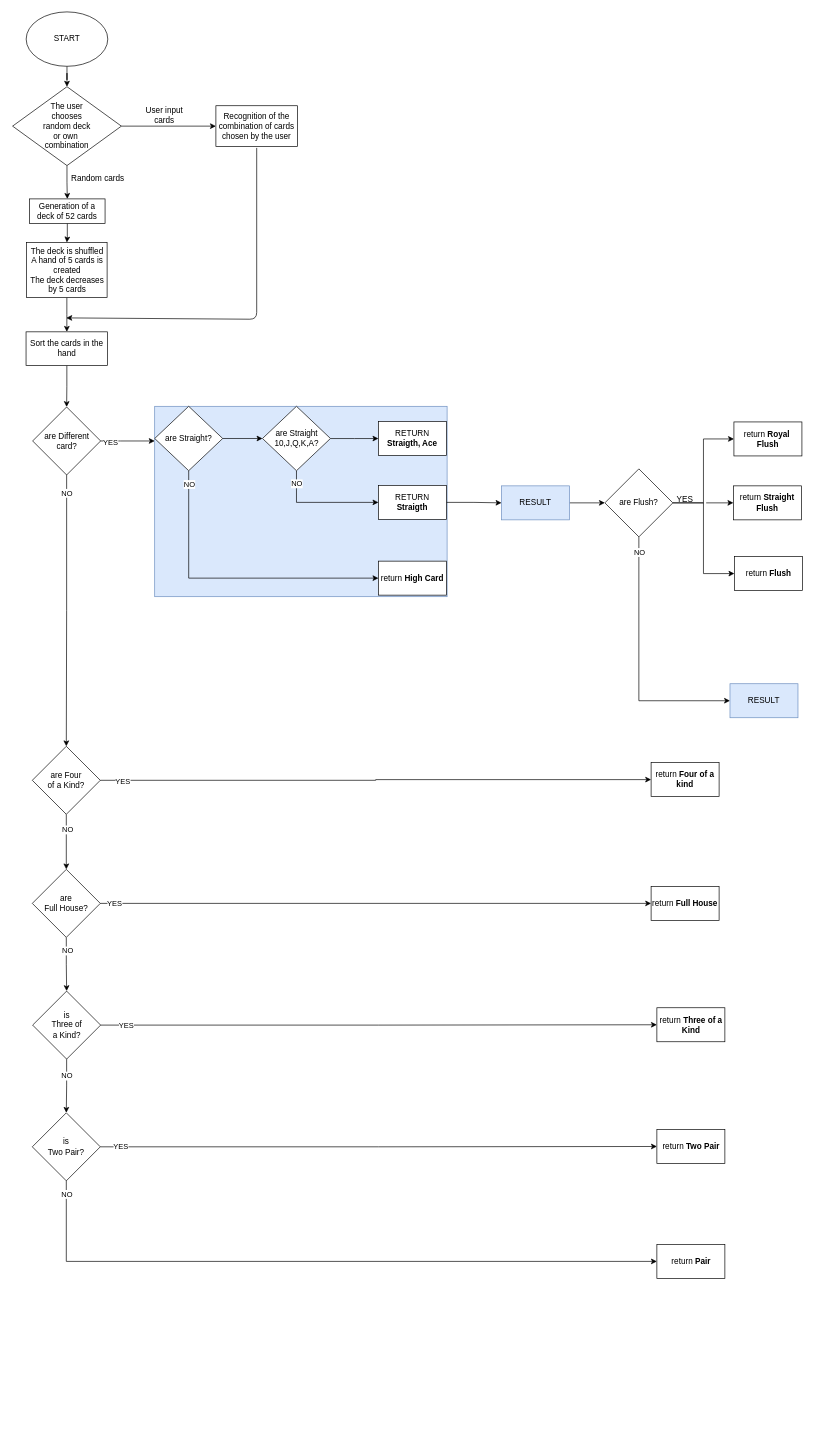
Above: assets/flowchart/Poker_game_flowchart.drawio in DomenicoMassimoCavaglieri/Poker-Game (draw.io), before the change. Source tidied: cells renumbered, new cells numbered last; positions are measured from the earlier drawing's top-left corner, leaving out a move shared by most shapes. Both pictures are drawn from the tidied source at 68%, with x=0, y=0 at pixel (12, 12).
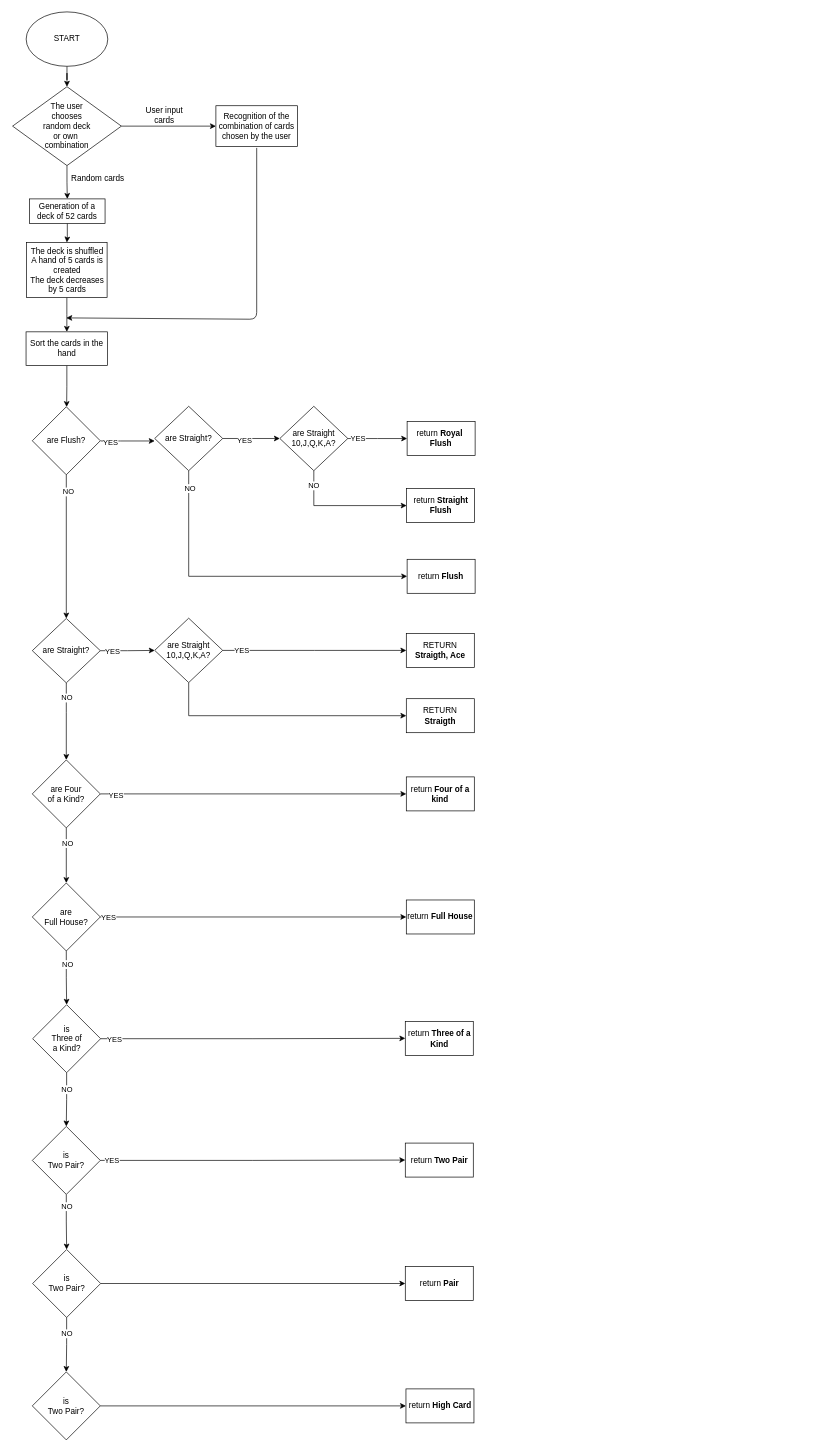
Above is the later version.

The change refers to these unchanged cells:
```xml
<mxCell id="17" value="Sort the cards in the hand&lt;span&gt; &lt;/span&gt;" style="whiteSpace=wrap;html=1;" parent="1" vertex="1">
  <mxGeometry x="19.8" y="470.5" width="120" height="49.5" as="geometry" />
</mxCell>
<mxCell id="24" value="is &lt;br&gt;Two Pair?" style="rhombus;whiteSpace=wrap;html=1;" parent="20" vertex="1">
  <mxGeometry y="539" width="100" height="100" as="geometry" />
</mxCell>
<mxCell id="27" value="are Four &lt;br&gt;of a Kind?" style="rhombus;whiteSpace=wrap;html=1;" parent="20" vertex="1">
  <mxGeometry width="100" height="100" as="geometry" />
</mxCell>
<mxCell id="30" value="are&lt;br&gt;Full House?" style="rhombus;whiteSpace=wrap;html=1;" parent="20" vertex="1">
  <mxGeometry y="181" width="100" height="100" as="geometry" />
</mxCell>
```

The edit, as a diff of the source:
```diff
@@
-    <mxCell id="2" style="group;fillColor=#dae8fc;strokeColor=#6c8ebf;" parent="1" vertex="1">
-      <mxGeometry x="209" y="580" width="430" height="280" as="geometry" />
-    </mxCell>
@@
-    <mxCell id="16" style="edgeStyle=orthogonalEdgeStyle;rounded=0;jettySize=auto;html=1;entryX=0.5;entryY=0;entryDx=0;entryDy=0;" parent="1" edge="1" source="17" target="32">
-      <mxGeometry relative="1" as="geometry" />
+    <mxCell id="16" style="edgeStyle=orthogonalEdgeStyle;rounded=0;jettySize=auto;html=1;entryX=0.5;entryY=0;entryDx=0;entryDy=0;" parent="1" edge="1" source="17">
+      <mxGeometry relative="1" as="geometry">
+        <mxPoint x="79.5" y="581" as="targetPoint" />
+      </mxGeometry>
     </mxCell>
@@
-    <mxCell id="18" style="group;" parent="1" vertex="1">
-      <mxGeometry x="841" y="667" width="137" height="120.6" as="geometry" />
-    </mxCell>
-    <mxCell id="19" value="are Flush?" style="rhombus;whiteSpace=wrap;html=1;" parent="18" vertex="1">
-      <mxGeometry x="30" y="5" width="100" height="100" as="geometry" />
-    </mxCell>
     <mxCell id="20" style="group;" parent="1" vertex="1">
-      <mxGeometry x="29" y="1080" width="601.5" height="782.5" as="geometry" />
+      <mxGeometry x="29" y="1100" width="650" height="782.5" as="geometry" />
     </mxCell>
@@
+    <mxCell id="78" style="edgeStyle=orthogonalEdgeStyle;rounded=0;jettySize=auto;html=1;entryX=0.5;entryY=0;entryDx=0;entryDy=0;" parent="20" edge="1" source="24" target="80">
+      <mxGeometry relative="1" as="geometry" />
+    </mxCell>
+    <mxCell id="79" value="NO" style="edgeLabel;html=1;align=center;verticalAlign=middle;" parent="78" vertex="1">
+      <mxGeometry x="-0.61" relative="1" as="geometry">
+        <mxPoint y="1" as="offset" />
+      </mxGeometry>
+    </mxCell>
@@
-    <mxCell id="31" style="group;" parent="1" vertex="1">
-      <mxGeometry x="29.5" y="580" width="137" height="120.6" as="geometry" />
-    </mxCell>
-    <mxCell id="32" value="are Different&lt;br&gt;card?" style="rhombus;whiteSpace=wrap;html=1;" parent="31" vertex="1">
-      <mxGeometry y="1" width="100" height="100" as="geometry" />
-    </mxCell>
-    <mxCell id="33" style="edgeStyle=orthogonalEdgeStyle;rounded=0;jettySize=auto;html=1;entryX=0;entryY=0.5;entryDx=0;entryDy=0;" parent="1" edge="1" source="34" target="19">
-      <mxGeometry relative="1" as="geometry" />
-    </mxCell>
-    <mxCell id="34" value="RESULT" style="rounded=0;whiteSpace=wrap;html=1;fillColor=#dae8fc;strokeColor=#6c8ebf;" parent="1" vertex="1">
-      <mxGeometry x="719" y="697" width="100" height="50" as="geometry" />
-    </mxCell>
-    <mxCell id="35" style="edgeStyle=orthogonalEdgeStyle;rounded=0;jettySize=auto;html=1;exitX=1;exitY=0.5;exitDx=0;exitDy=0;" parent="1" edge="1" source="69" target="34">
-      <mxGeometry relative="1" as="geometry" />
-    </mxCell>
-    <mxCell id="36" style="group;" parent="1" vertex="1">
-      <mxGeometry x="1055" y="606" width="101.5" height="432" as="geometry" />
-    </mxCell>
-    <mxCell id="37" style="group;" parent="36" vertex="1">
-      <mxGeometry x="5" y="-53" width="101.5" height="311" as="geometry" />
-    </mxCell>
-    <mxCell id="38" value="return&amp;nbsp;&lt;b&gt;Straight Flush&lt;/b&gt;" style="whiteSpace=wrap;html=1;" parent="37" vertex="1">
-      <mxGeometry y="144" width="100" height="50" as="geometry" />
-    </mxCell>
-    <mxCell id="39" value="return &lt;b&gt;Flush&lt;/b&gt;" style="whiteSpace=wrap;html=1;" parent="37" vertex="1">
-      <mxGeometry x="1.5" y="248" width="100" height="50" as="geometry" />
-    </mxCell>
-    <mxCell id="40" value="return&amp;nbsp;&lt;b style=&quot;font-family: &amp;#34;arial&amp;#34; , &amp;#34;helvetica&amp;#34; , sans-serif ; text-align: left&quot;&gt;Royal&amp;nbsp; Flush&lt;/b&gt;" style="whiteSpace=wrap;html=1;" parent="37" vertex="1">
-      <mxGeometry x="0.8" y="50" width="100" height="50" as="geometry" />
-    </mxCell>
-    <mxCell id="41" value="RESULT" style="rounded=0;whiteSpace=wrap;html=1;fillColor=#dae8fc;strokeColor=#6c8ebf;" parent="36" vertex="1">
-      <mxGeometry y="382" width="100" height="50" as="geometry" />
-    </mxCell>
-    <mxCell id="42" style="edgeStyle=orthogonalEdgeStyle;rounded=0;jettySize=auto;html=1;entryX=0;entryY=0.5;entryDx=0;entryDy=0;" parent="1" edge="1" source="19" target="41">
-      <mxGeometry relative="1" as="geometry">
-        <Array as="points">
-          <mxPoint x="921" y="1013" />
-        </Array>
-      </mxGeometry>
-    </mxCell>
-    <mxCell id="43" value="NO" style="edgeLabel;html=1;align=center;verticalAlign=middle;" parent="42" vertex="1">
-      <mxGeometry x="-0.89" relative="1" as="geometry">
-        <mxPoint y="1" as="offset" />
-      </mxGeometry>
-    </mxCell>
-    <mxCell id="44" value="return&amp;nbsp;&lt;b&gt;Four of a kind&lt;/b&gt;" style="whiteSpace=wrap;html=1;" parent="1" vertex="1">
-      <mxGeometry x="939" y="1104" width="100" height="50" as="geometry" />
+    <mxCell id="44" value="return&amp;nbsp;&lt;b&gt;Four of a kind&lt;/b&gt;" style="whiteSpace=wrap;html=1;" parent="20" vertex="1">
+      <mxGeometry x="550" y="25" width="100" height="50" as="geometry" />
     </mxCell>
-    <mxCell id="45" value="return &lt;b&gt;Full House&lt;/b&gt;" style="whiteSpace=wrap;html=1;" parent="1" vertex="1">
-      <mxGeometry x="939" y="1286" width="100" height="50" as="geometry" />
+    <mxCell id="45" value="return &lt;b&gt;Full House&lt;/b&gt;" style="whiteSpace=wrap;html=1;" parent="20" vertex="1">
+      <mxGeometry x="550" y="206" width="100" height="50" as="geometry" />
     </mxCell>
+    <mxCell id="57" style="edgeStyle=orthogonalEdgeStyle;rounded=0;jettySize=auto;html=1;entryX=0;entryY=0.5;entryDx=0;entryDy=0;" parent="20" edge="1" source="27" target="44">
+      <mxGeometry relative="1" as="geometry" />
+    </mxCell>
+    <mxCell id="58" value="YES" style="edgeLabel;html=1;align=center;verticalAlign=middle;" parent="57" vertex="1">
+      <mxGeometry x="-0.92" y="-1" relative="1" as="geometry">
+        <mxPoint x="4" as="offset" />
+      </mxGeometry>
+    </mxCell>
+    <mxCell id="49" style="edgeStyle=orthogonalEdgeStyle;rounded=0;jettySize=auto;html=1;entryX=0;entryY=0.5;entryDx=0;entryDy=0;" parent="20" edge="1" source="30" target="45">
+      <mxGeometry relative="1" as="geometry" />
+    </mxCell>
+    <mxCell id="50" value="YES" style="edgeLabel;html=1;align=center;verticalAlign=middle;" parent="49" vertex="1">
+      <mxGeometry x="-0.95" relative="1" as="geometry" />
+    </mxCell>
+    <mxCell id="80" value="is &lt;br&gt;Two Pair?" style="rhombus;whiteSpace=wrap;html=1;" parent="20" vertex="1">
+      <mxGeometry x="0.5" y="720" width="100" height="100" as="geometry" />
+    </mxCell>
     <mxCell id="46" value="return &lt;b&gt;Three of a Kind&lt;/b&gt;" style="whiteSpace=wrap;html=1;" parent="1" vertex="1">
-      <mxGeometry x="947.5" y="1464.5" width="100" height="50" as="geometry" />
+      <mxGeometry x="577.5" y="1484.5" width="100" height="50" as="geometry" />
     </mxCell>
     <mxCell id="47" value="return &lt;b&gt;Two Pair&lt;/b&gt;" style="whiteSpace=wrap;html=1;" parent="1" vertex="1">
-      <mxGeometry x="947.5" y="1643.5" width="100" height="50" as="geometry" />
+      <mxGeometry x="577.5" y="1663.5" width="100" height="50" as="geometry" />
     </mxCell>
     <mxCell id="48" value="return &lt;b&gt;Pair&lt;/b&gt;" style="whiteSpace=wrap;html=1;" parent="1" vertex="1">
-      <mxGeometry x="947.5" y="1812.5" width="100" height="50" as="geometry" />
+      <mxGeometry x="577.5" y="1845" width="100" height="50" as="geometry" />
     </mxCell>
-    <mxCell id="49" style="edgeStyle=orthogonalEdgeStyle;rounded=0;jettySize=auto;html=1;entryX=0;entryY=0.5;entryDx=0;entryDy=0;" parent="1" edge="1" source="30" target="45">
-      <mxGeometry relative="1" as="geometry" />
-    </mxCell>
-    <mxCell id="50" value="YES" style="edgeLabel;html=1;align=center;verticalAlign=middle;" parent="49" vertex="1">
-      <mxGeometry x="-0.95" relative="1" as="geometry" />
-    </mxCell>
@@
-    <mxCell id="55" style="edgeStyle=orthogonalEdgeStyle;rounded=0;jettySize=auto;html=1;entryX=0;entryY=0.5;entryDx=0;entryDy=0;" parent="1" edge="1" source="24" target="48">
-      <mxGeometry relative="1" as="geometry">
-        <Array as="points">
-          <mxPoint x="79" y="1838" />
-        </Array>
-      </mxGeometry>
-    </mxCell>
-    <mxCell id="56" value="NO" style="edgeLabel;html=1;align=center;verticalAlign=middle;" parent="55" vertex="1">
-      <mxGeometry x="-0.96" relative="1" as="geometry">
-        <mxPoint y="-1" as="offset" />
-      </mxGeometry>
-    </mxCell>
-    <mxCell id="57" style="edgeStyle=orthogonalEdgeStyle;rounded=0;jettySize=auto;html=1;entryX=0;entryY=0.5;entryDx=0;entryDy=0;" parent="1" edge="1" source="27" target="44">
-      <mxGeometry relative="1" as="geometry" />
-    </mxCell>
-    <mxCell id="58" value="YES" style="edgeLabel;html=1;align=center;verticalAlign=middle;" parent="57" vertex="1">
-      <mxGeometry x="-0.92" y="-1" relative="1" as="geometry" />
-    </mxCell>
-    <mxCell id="59" style="edgeStyle=orthogonalEdgeStyle;rounded=0;jettySize=auto;html=1;entryX=0.5;entryY=0;entryDx=0;entryDy=0;" parent="1" edge="1" source="32" target="27">
-      <mxGeometry relative="1" as="geometry" />
-    </mxCell>
-    <mxCell id="60" value="NO" style="edgeLabel;html=1;align=center;verticalAlign=middle;" parent="59" vertex="1">
-      <mxGeometry x="-0.87" relative="1" as="geometry" />
-    </mxCell>
-    <mxCell id="61" style="edgeStyle=orthogonalEdgeStyle;rounded=0;jettySize=auto;html=1;" parent="1" edge="1" source="32">
+    <mxCell id="61" style="edgeStyle=orthogonalEdgeStyle;rounded=0;orthogonalLoop=1;jettySize=auto;html=1;" parent="1" edge="1">
       <mxGeometry relative="1" as="geometry">
+        <mxPoint x="129.5" y="631" as="sourcePoint" />
         <mxPoint x="209" y="631" as="targetPoint" />
         <Array as="points">
           <mxPoint x="159" y="631" />
           <mxPoint x="159" y="631" />
         </Array>
       </mxGeometry>
     </mxCell>
@@
-    <mxCell id="63" style="endArrow=classic;html=1;entryX=0;entryY=0.5;entryDx=0;entryDy=0;" parent="1" edge="1" target="38">
-      <mxGeometry relative="1" as="geometry">
-        <mxPoint x="1020" y="722" as="sourcePoint" />
-      </mxGeometry>
-    </mxCell>
-    <mxCell id="64" style="edgeStyle=orthogonalEdgeStyle;rounded=0;jettySize=auto;html=1;entryX=0;entryY=0.5;entryDx=0;entryDy=0;" parent="1" edge="1" source="19" target="39">
-      <mxGeometry relative="1" as="geometry">
-        <Array as="points">
-          <mxPoint x="1016" y="722" />
-          <mxPoint x="1016" y="826" />
-        </Array>
-      </mxGeometry>
-    </mxCell>
-    <mxCell id="65" style="edgeStyle=orthogonalEdgeStyle;rounded=0;orthogonalLoop=1;jettySize=auto;html=1;entryX=0;entryY=0.5;entryDx=0;entryDy=0;" parent="1" edge="1">
-      <mxGeometry relative="1" as="geometry">
-        <mxPoint x="971" y="722" as="sourcePoint" />
-        <mxPoint x="1060.8" y="628" as="targetPoint" />
-        <Array as="points">
-          <mxPoint x="1016" y="722" />
-          <mxPoint x="1016" y="628" />
-        </Array>
-      </mxGeometry>
-    </mxCell>
-    <mxCell id="66" value="YES" style="text;html=1;strokeColor=none;fillColor=none;align=center;verticalAlign=middle;whiteSpace=wrap;rounded=0;" parent="1" vertex="1">
-      <mxGeometry x="969" y="707" width="40" height="20" as="geometry" />
-    </mxCell>
+    <mxCell id="70" style="edgeStyle=orthogonalEdgeStyle;rounded=0;jettySize=auto;html=1;" parent="1" edge="1" source="73" target="77">
+      <mxGeometry relative="1" as="geometry" />
+    </mxCell>
+    <mxCell id="81" value="YES" style="edgeLabel;html=1;align=center;verticalAlign=middle;" parent="70" vertex="1">
+      <mxGeometry x="-0.27" y="-2" relative="1" as="geometry" />
+    </mxCell>
+    <mxCell id="82" style="edgeStyle=orthogonalEdgeStyle;rounded=0;jettySize=auto;html=1;entryX=0;entryY=0.5;entryDx=0;entryDy=0;" parent="1" edge="1" source="73" target="39">
+      <mxGeometry relative="1" as="geometry">
+        <Array as="points">
+          <mxPoint x="259" y="830" />
+        </Array>
+      </mxGeometry>
+    </mxCell>
+    <mxCell id="83" value="NO" style="edgeLabel;html=1;align=center;verticalAlign=middle;" parent="82" vertex="1">
+      <mxGeometry x="-0.89" y="1" relative="1" as="geometry" />
+    </mxCell>
+    <mxCell id="73" value="are Straight?" style="rhombus;whiteSpace=wrap;html=1;" parent="1" vertex="1">
+      <mxGeometry x="209" y="580" width="100" height="94.7" as="geometry" />
+    </mxCell>
+    <mxCell id="84" style="edgeStyle=orthogonalEdgeStyle;rounded=0;jettySize=auto;html=1;exitX=0.5;exitY=1;exitDx=0;exitDy=0;entryX=0;entryY=0.5;entryDx=0;entryDy=0;" parent="1" edge="1" source="77" target="38">
+      <mxGeometry relative="1" as="geometry" />
+    </mxCell>
+    <mxCell id="85" value="NO" style="edgeLabel;html=1;align=center;verticalAlign=middle;" parent="84" vertex="1">
+      <mxGeometry x="-0.59" y="-1" relative="1" as="geometry">
+        <mxPoint y="-16" as="offset" />
+      </mxGeometry>
+    </mxCell>
+    <mxCell id="86" style="edgeStyle=orthogonalEdgeStyle;rounded=0;jettySize=auto;html=1;entryX=0;entryY=0.5;entryDx=0;entryDy=0;" parent="1" edge="1" source="77" target="40">
+      <mxGeometry relative="1" as="geometry" />
+    </mxCell>
+    <mxCell id="87" value="YES" style="edgeLabel;html=1;align=center;verticalAlign=middle;" parent="86" vertex="1">
+      <mxGeometry x="-0.65" y="1" relative="1" as="geometry" />
+    </mxCell>
+    <mxCell id="77" value="are Straight&lt;br&gt;10,J,Q,K,A?" style="rhombus;whiteSpace=wrap;html=1;" parent="1" vertex="1">
+      <mxGeometry x="393" y="580" width="100" height="94.7" as="geometry" />
+    </mxCell>
+    <mxCell id="88" style="group;" parent="1" vertex="1">
+      <mxGeometry x="-1" y="575.7" width="137" height="120.6" as="geometry" />
+    </mxCell>
+    <mxCell id="19" value="are Flush?" style="rhombus;whiteSpace=wrap;html=1;" parent="88" vertex="1">
+      <mxGeometry x="30" y="5" width="100" height="100" as="geometry" />
+    </mxCell>
+    <mxCell id="89" style="group;" parent="1" vertex="1">
+      <mxGeometry x="549" y="610" width="131.2" height="450" as="geometry" />
+    </mxCell>
+    <mxCell id="90" style="group;" parent="89" vertex="1">
+      <mxGeometry x="5" y="-53" width="126.2" height="311" as="geometry" />
+    </mxCell>
+    <mxCell id="38" value="return&amp;nbsp;&lt;b&gt;Straight Flush&lt;/b&gt;" style="whiteSpace=wrap;html=1;" parent="90" vertex="1">
+      <mxGeometry x="25.5" y="144" width="100" height="50" as="geometry" />
+    </mxCell>
+    <mxCell id="39" value="return &lt;b&gt;Flush&lt;/b&gt;" style="whiteSpace=wrap;html=1;" parent="90" vertex="1">
+      <mxGeometry x="26.2" y="248" width="100" height="50" as="geometry" />
+    </mxCell>
+    <mxCell id="40" value="return&amp;nbsp;&lt;b style=&quot;font-family: &amp;#34;arial&amp;#34; , &amp;#34;helvetica&amp;#34; , sans-serif ; text-align: left&quot;&gt;Royal&amp;nbsp; Flush&lt;/b&gt;" style="whiteSpace=wrap;html=1;" parent="90" vertex="1">
+      <mxGeometry x="26.2" y="45.4" width="100" height="50" as="geometry" />
+    </mxCell>
+    <mxCell id="69" value="RETURN &lt;b&gt;Straigth&lt;/b&gt;" style="whiteSpace=wrap;html=1;" parent="89" vertex="1">
+      <mxGeometry x="30" y="400" width="100" height="50" as="geometry" />
+    </mxCell>
-    <mxCell id="67" value="RETURN &lt;b&gt;Straigth, Ace&lt;/b&gt;" style="whiteSpace=wrap;html=1;" parent="1" vertex="1">
-      <mxGeometry x="538" y="602.4" width="100" height="50" as="geometry" />
+    <mxCell id="67" value="RETURN &lt;b&gt;Straigth, Ace&lt;/b&gt;" style="whiteSpace=wrap;html=1;" parent="89" vertex="1">
+      <mxGeometry x="30" y="304" width="100" height="50" as="geometry" />
     </mxCell>
+    <mxCell id="91" style="edgeStyle=orthogonalEdgeStyle;rounded=0;jettySize=auto;html=1;" parent="1" edge="1" source="95" target="101">
+      <mxGeometry relative="1" as="geometry" />
+    </mxCell>
+    <mxCell id="92" value="YES" style="edgeLabel;html=1;align=center;verticalAlign=middle;" parent="91" vertex="1">
+      <mxGeometry x="-0.67" y="-1" relative="1" as="geometry">
+        <mxPoint x="5" as="offset" />
+      </mxGeometry>
+    </mxCell>
+    <mxCell id="93" style="edgeStyle=orthogonalEdgeStyle;rounded=0;jettySize=auto;html=1;entryX=0.5;entryY=0;entryDx=0;entryDy=0;" parent="1" edge="1" source="95" target="27">
+      <mxGeometry relative="1" as="geometry">
+        <Array as="points">
+          <mxPoint x="79" y="1030" />
+          <mxPoint x="79" y="1030" />
+        </Array>
+      </mxGeometry>
+    </mxCell>
+    <mxCell id="94" value="NO" style="edgeLabel;html=1;align=center;verticalAlign=middle;" parent="93" vertex="1">
+      <mxGeometry x="-0.62" relative="1" as="geometry" />
+    </mxCell>
+    <mxCell id="95" value="are Straight?" style="rhombus;whiteSpace=wrap;html=1;" parent="1" vertex="1">
+      <mxGeometry x="29" y="892" width="100" height="94.7" as="geometry" />
+    </mxCell>
+    <mxCell id="96" style="edgeStyle=orthogonalEdgeStyle;rounded=0;jettySize=auto;html=1;" parent="1" edge="1" source="19" target="95">
+      <mxGeometry relative="1" as="geometry" />
+    </mxCell>
+    <mxCell id="97" value="NO" style="edgeLabel;html=1;align=center;verticalAlign=middle;" parent="96" vertex="1">
+      <mxGeometry x="-0.76" y="2" relative="1" as="geometry" />
+    </mxCell>
+    <mxCell id="98" style="edgeStyle=orthogonalEdgeStyle;rounded=0;jettySize=auto;html=1;entryX=0;entryY=0.5;entryDx=0;entryDy=0;" parent="1" edge="1" source="101" target="67">
+      <mxGeometry relative="1" as="geometry" />
+    </mxCell>
+    <mxCell id="99" value="YES" style="edgeLabel;html=1;align=center;verticalAlign=middle;" parent="98" vertex="1">
+      <mxGeometry x="-0.79" y="-2" relative="1" as="geometry">
+        <mxPoint y="-3" as="offset" />
+      </mxGeometry>
+    </mxCell>
+    <mxCell id="100" style="edgeStyle=orthogonalEdgeStyle;rounded=0;jettySize=auto;html=1;entryX=0;entryY=0.5;entryDx=0;entryDy=0;" parent="1" edge="1" source="101" target="69">
+      <mxGeometry relative="1" as="geometry">
+        <Array as="points">
+          <mxPoint x="259" y="1035" />
+        </Array>
+      </mxGeometry>
+    </mxCell>
+    <mxCell id="101" value="are Straight&lt;br&gt;10,J,Q,K,A?" style="rhombus;whiteSpace=wrap;html=1;" parent="1" vertex="1">
+      <mxGeometry x="209" y="891.6" width="100" height="94.7" as="geometry" />
+    </mxCell>
     <mxCell id="68" value="return &lt;b&gt;High Card&lt;/b&gt;" style="whiteSpace=wrap;html=1;" parent="1" vertex="1">
-      <mxGeometry x="538" y="807.7" width="100" height="50" as="geometry" />
+      <mxGeometry x="578.5" y="2025" width="100" height="50" as="geometry" />
     </mxCell>
-    <mxCell id="69" value="RETURN &lt;b&gt;Straigth&lt;/b&gt;" style="whiteSpace=wrap;html=1;" parent="1" vertex="1">
-      <mxGeometry x="538" y="696.3" width="100" height="50" as="geometry" />
-    </mxCell>
-    <mxCell id="70" style="edgeStyle=orthogonalEdgeStyle;rounded=0;jettySize=auto;html=1;" parent="1" edge="1" source="73" target="77">
-      <mxGeometry relative="1" as="geometry" />
-    </mxCell>
-    <mxCell id="71" style="edgeStyle=orthogonalEdgeStyle;rounded=0;jettySize=auto;html=1;entryX=0;entryY=0.5;entryDx=0;entryDy=0;" parent="1" edge="1" source="73" target="68">
-      <mxGeometry relative="1" as="geometry">
-        <Array as="points">
-          <mxPoint x="259" y="833" />
-        </Array>
-      </mxGeometry>
-    </mxCell>
-    <mxCell id="72" value="NO" style="edgeLabel;html=1;align=center;verticalAlign=middle;" parent="71" vertex="1">
-      <mxGeometry x="-0.91" relative="1" as="geometry" />
-    </mxCell>
-    <mxCell id="73" value="are Straight?" style="rhombus;whiteSpace=wrap;html=1;" parent="1" vertex="1">
-      <mxGeometry x="209" y="580" width="100" height="94.7" as="geometry" />
-    </mxCell>
-    <mxCell id="74" style="edgeStyle=orthogonalEdgeStyle;rounded=0;jettySize=auto;html=1;" parent="1" edge="1" source="77" target="67">
-      <mxGeometry relative="1" as="geometry" />
-    </mxCell>
-    <mxCell id="75" style="edgeStyle=orthogonalEdgeStyle;rounded=0;jettySize=auto;html=1;entryX=0;entryY=0.5;entryDx=0;entryDy=0;" parent="1" edge="1" source="77" target="69">
-      <mxGeometry relative="1" as="geometry">
-        <Array as="points">
-          <mxPoint x="418" y="721" />
-        </Array>
-      </mxGeometry>
-    </mxCell>
-    <mxCell id="76" value="NO" style="edgeLabel;html=1;align=center;verticalAlign=middle;" parent="75" vertex="1">
-      <mxGeometry x="-0.61" relative="1" as="geometry">
-        <mxPoint y="-14" as="offset" />
-      </mxGeometry>
-    </mxCell>
-    <mxCell id="77" value="are Straight&lt;br&gt;10,J,Q,K,A?" style="rhombus;whiteSpace=wrap;html=1;" parent="1" vertex="1">
-      <mxGeometry x="367.5" y="580" width="100" height="94.7" as="geometry" />
-    </mxCell>
+    <mxCell id="102" style="edgeStyle=orthogonalEdgeStyle;rounded=0;jettySize=auto;html=1;entryX=0;entryY=0.5;entryDx=0;entryDy=0;" parent="1" edge="1" source="103" target="68">
+      <mxGeometry relative="1" as="geometry" />
+    </mxCell>
+    <mxCell id="103" value="is &lt;br&gt;Two Pair?" style="rhombus;whiteSpace=wrap;html=1;" parent="1" vertex="1">
+      <mxGeometry x="29" y="2000" width="100" height="100" as="geometry" />
+    </mxCell>
+    <mxCell id="104" style="edgeStyle=orthogonalEdgeStyle;rounded=0;jettySize=auto;html=1;entryX=0.5;entryY=0;entryDx=0;entryDy=0;" parent="1" edge="1" source="80" target="103">
+      <mxGeometry relative="1" as="geometry" />
+    </mxCell>
+    <mxCell id="105" value="NO" style="edgeLabel;html=1;align=center;verticalAlign=middle;" parent="104" vertex="1">
+      <mxGeometry x="-0.25" relative="1" as="geometry">
+        <mxPoint y="-7" as="offset" />
+      </mxGeometry>
+    </mxCell>
+    <mxCell id="106" style="edgeStyle=orthogonalEdgeStyle;rounded=0;jettySize=auto;html=1;exitX=1;exitY=0.5;exitDx=0;exitDy=0;entryX=0;entryY=0.5;entryDx=0;entryDy=0;" parent="1" edge="1" source="80" target="48">
+      <mxGeometry relative="1" as="geometry" />
+    </mxCell>
```
